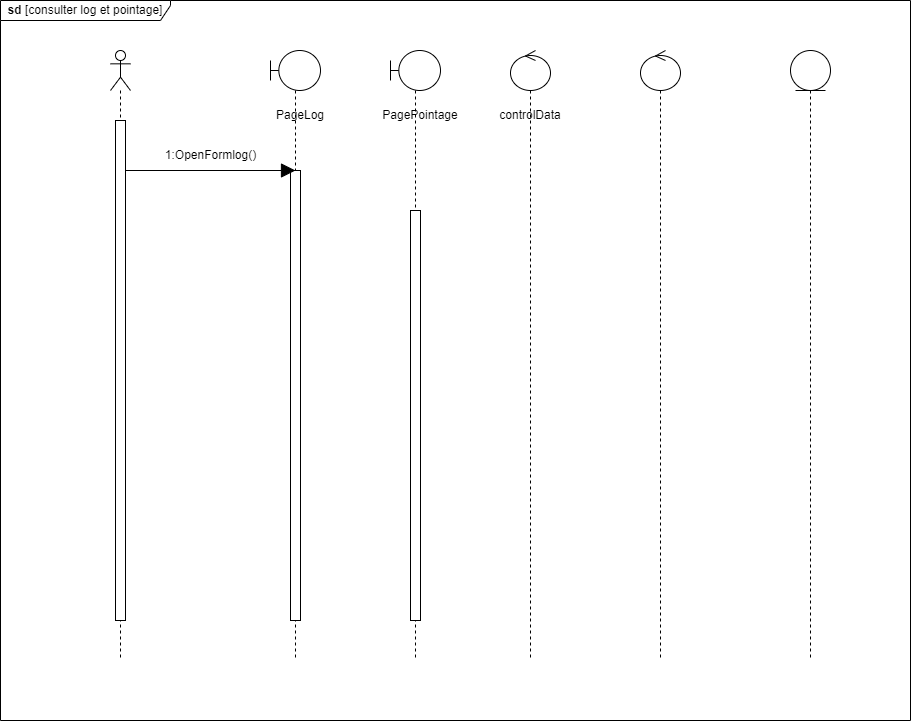
This is static/Diagramme des séquences conceptuel  log et pointage .drawio.png from Siluearsene/borne_biometrique, a draw.io export, as it was before one commit. Source tidied: cells renumbered, new cells last; positions are measured from the earlier drawing's top-left corner, leaving out a move shared by most shapes.
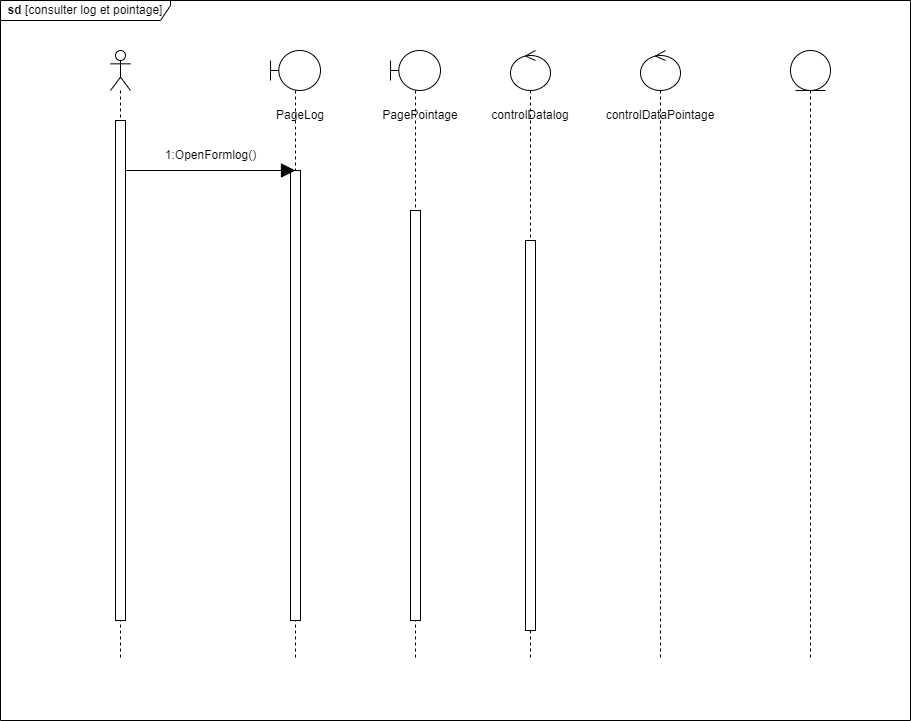
The same diagram one commit later.

Commit message:
Mettre à jour Diagramme des séquences conceptuel  log et pointage .drawio.png

What changed in the source:
```diff
@@ -46,8 +46,14 @@
     <mxCell id="15" value="PagePointage" style="text;html=1;strokeColor=none;fillColor=none;align=center;verticalAlign=middle;whiteSpace=wrap;rounded=0;" parent="1" vertex="1">
       <mxGeometry x="390" y="100" width="60" height="30" as="geometry" />
     </mxCell>
-    <mxCell id="16" value="controlData" style="text;html=1;strokeColor=none;fillColor=none;align=center;verticalAlign=middle;whiteSpace=wrap;rounded=0;" parent="1" vertex="1">
+    <mxCell id="16" value="controlDatalog" style="text;html=1;strokeColor=none;fillColor=none;align=center;verticalAlign=middle;whiteSpace=wrap;rounded=0;" parent="1" vertex="1">
       <mxGeometry x="500" y="100" width="60" height="30" as="geometry" />
     </mxCell>
+    <mxCell id="17" style="html=1;perimeter=orthogonalPerimeter;targetShapes=umlLifeline;newEdgeStyle={&quot;edgeStyle&quot;:&quot;elbowEdgeStyle&quot;,&quot;elbow&quot;:&quot;vertical&quot;,&quot;curved&quot;:0,&quot;rounded&quot;:0};" parent="1" vertex="1">
+      <mxGeometry x="525" y="240" width="10" height="390" as="geometry" />
+    </mxCell>
+    <mxCell id="18" value="controlDataPointage" style="text;html=1;strokeColor=none;fillColor=none;align=center;verticalAlign=middle;whiteSpace=wrap;rounded=0;" parent="1" vertex="1">
+      <mxGeometry x="630" y="100" width="60" height="30" as="geometry" />
+    </mxCell>
   </root>
 </mxGraphModel>
```
